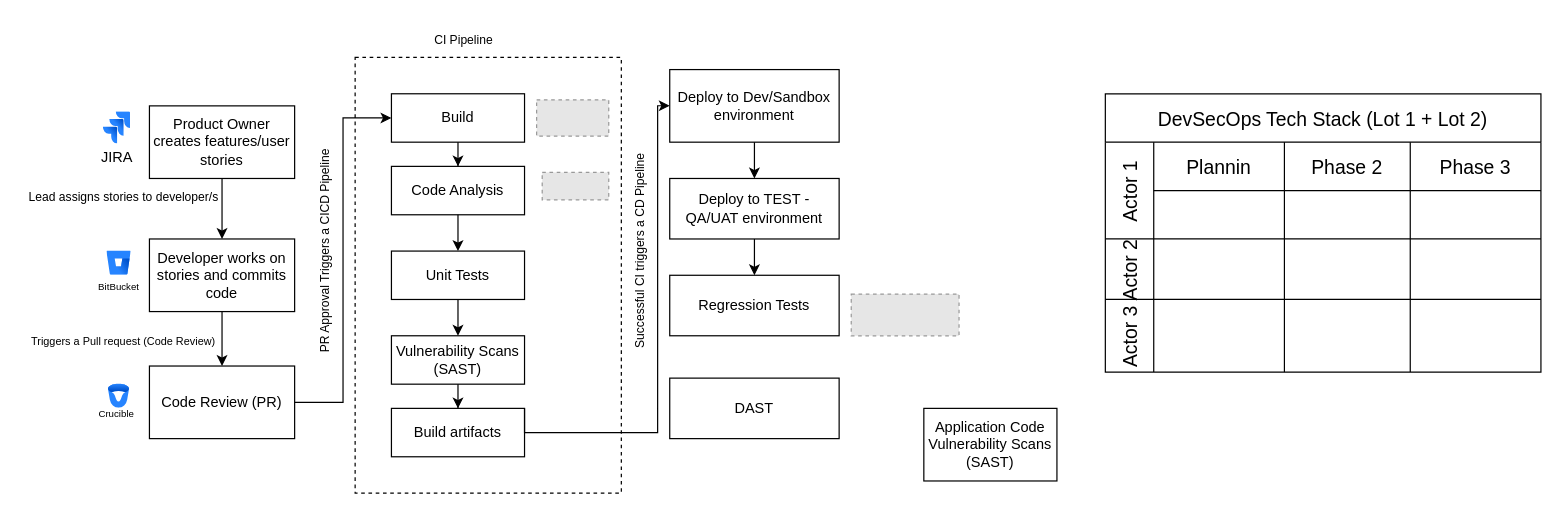
The draw.io diagram devsecops.drawio in surajnaik90/Architectures-Designs, before the edit. Source tidied: cells renumbered, new cells numbered last; positions are measured from the earlier drawing's top-left corner, leaving out a move shared by most shapes. Both pictures are drawn from the tidied source at 121%, with x=0, y=0 at pixel (21, 21). Pictures stored in the file or linked from it are replaced by grey dashed boxes.
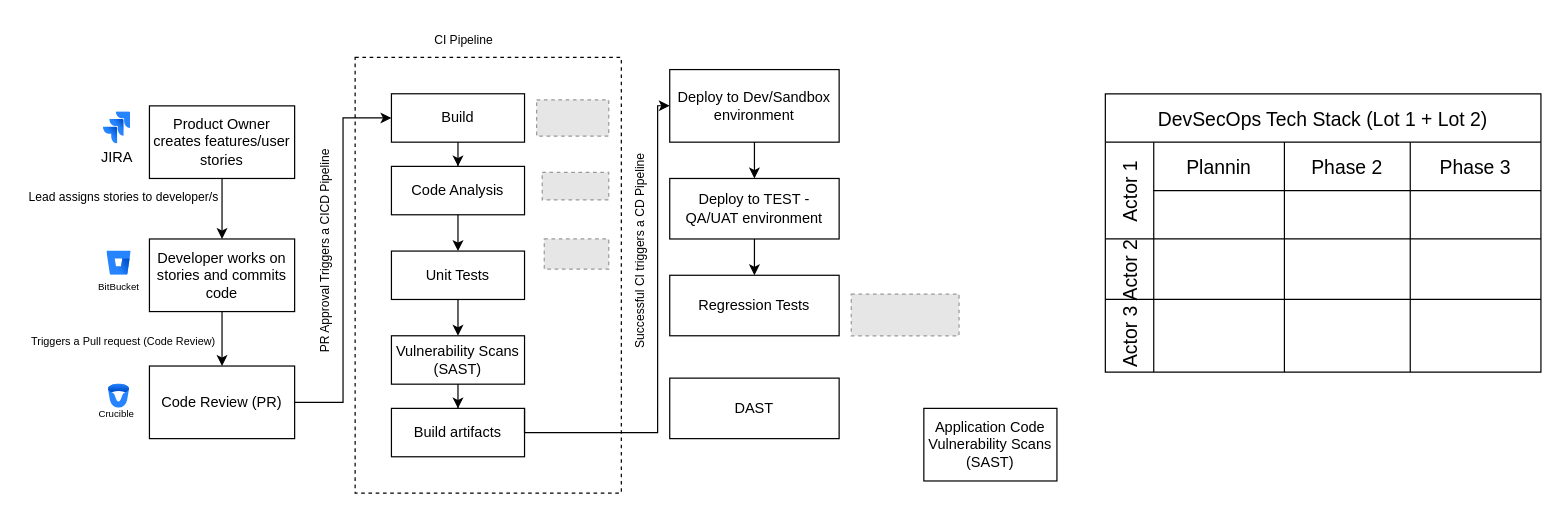
The same diagram, later.

Change to the diagram source:
```diff
@@
+    <mxCell id="56" style="fillColor=#E6E6E6;strokeColor=#999999;dashed=1;verticalLabelPosition=bottom;labelBackgroundColor=default;verticalAlign=top;" parent="1" vertex="1">
+      <mxGeometry x="432.3" y="180" width="53.3" height="25" as="geometry" />
+    </mxCell>
```
